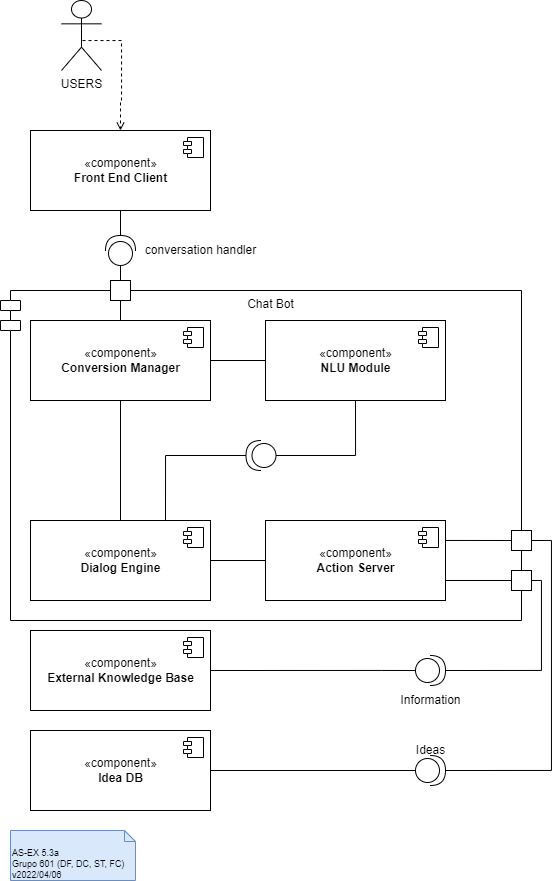
Before: P/P05/P5-5.3a.drawio.png, a diagram exported from draw.io (DavidAraujo98/AS). Source tidied: cells renumbered, new cells last; positions are measured from the earlier drawing's top-left corner, leaving out a move shared by most shapes. Source of this version:
```xml
<mxGraphModel>
  <root>
    <mxCell id="0" />
    <mxCell id="1" parent="0" />
    <mxCell id="2" value="Chat Bot" style="shape=module;align=left;spacingLeft=20;align=center;verticalAlign=top;" parent="1" vertex="1">
      <mxGeometry y="290" width="521" height="330" as="geometry" />
    </mxCell>
    <mxCell id="3" value="AS-EX 5.3a&lt;br&gt;Grupo 601 (DF, DC, ST, FC)&lt;br&gt;v2022/04/06" style="shape=note2;boundedLbl=1;whiteSpace=wrap;html=1;size=11;verticalAlign=top;align=left;fontSize=9;fillColor=#dae8fc;strokeColor=#6c8ebf;" parent="1" vertex="1">
      <mxGeometry x="10" y="830" width="125" height="50" as="geometry" />
    </mxCell>
    <mxCell id="4" style="edgeStyle=orthogonalEdgeStyle;rounded=0;jettySize=auto;html=1;exitX=1;exitY=0.5;exitDx=0;exitDy=0;entryX=0;entryY=0.5;entryDx=0;entryDy=0;endArrow=none;endFill=0;" parent="1" edge="1" source="31" target="33">
      <mxGeometry relative="1" as="geometry" />
    </mxCell>
    <mxCell id="5" style="edgeStyle=orthogonalEdgeStyle;rounded=0;jettySize=auto;html=1;exitX=0.5;exitY=1;exitDx=0;exitDy=0;endArrow=none;endFill=0;entryX=0.5;entryY=0;entryDx=0;entryDy=0;" parent="1" edge="1" source="31" target="35">
      <mxGeometry relative="1" as="geometry" />
    </mxCell>
    <mxCell id="6" style="edgeStyle=orthogonalEdgeStyle;rounded=0;jettySize=auto;html=1;exitX=0.5;exitY=0;exitDx=0;exitDy=0;endArrow=none;endFill=0;" parent="1" edge="1" source="31" target="15">
      <mxGeometry relative="1" as="geometry" />
    </mxCell>
    <mxCell id="7" style="edgeStyle=orthogonalEdgeStyle;rounded=0;jettySize=auto;html=1;exitX=0.5;exitY=1;exitDx=0;exitDy=0;endArrow=none;endFill=0;entryX=0;entryY=0.5;entryDx=0;entryDy=0;entryPerimeter=0;" parent="1" edge="1" source="33" target="25">
      <mxGeometry relative="1" as="geometry" />
    </mxCell>
    <mxCell id="8" style="edgeStyle=orthogonalEdgeStyle;rounded=0;jettySize=auto;html=1;exitX=1;exitY=0.5;exitDx=0;exitDy=0;entryX=0;entryY=0.5;entryDx=0;entryDy=0;endArrow=none;endFill=0;" parent="1" edge="1" source="35" target="38">
      <mxGeometry relative="1" as="geometry" />
    </mxCell>
    <mxCell id="9" style="edgeStyle=orthogonalEdgeStyle;rounded=0;jettySize=auto;html=1;exitX=0;exitY=0.5;exitDx=0;exitDy=0;entryX=1;entryY=0.5;entryDx=0;entryDy=0;endArrow=none;endFill=0;startArrow=none;exitPerimeter=0;" parent="1" edge="1" source="21" target="42">
      <mxGeometry relative="1" as="geometry" />
    </mxCell>
    <mxCell id="10" style="edgeStyle=orthogonalEdgeStyle;rounded=0;jettySize=auto;html=1;dashed=1;endArrow=open;endFill=0;exitX=0.5;exitY=0.5;exitDx=0;exitDy=0;exitPerimeter=0;entryX=0.5;entryY=0;entryDx=0;entryDy=0;" parent="1" edge="1" source="11" target="29">
      <mxGeometry relative="1" as="geometry">
        <Array as="points">
          <mxPoint x="121" y="40" />
          <mxPoint x="121" y="100" />
          <mxPoint x="120" y="100" />
        </Array>
      </mxGeometry>
    </mxCell>
    <mxCell id="11" value="USERS" style="shape=umlActor;verticalLabelPosition=bottom;verticalAlign=top;html=1;" parent="1" vertex="1">
      <mxGeometry x="61" width="40" height="70" as="geometry" />
    </mxCell>
    <mxCell id="12" style="edgeStyle=orthogonalEdgeStyle;rounded=0;jettySize=auto;html=1;exitX=1;exitY=0.5;exitDx=0;exitDy=0;exitPerimeter=0;entryX=0.5;entryY=1;entryDx=0;entryDy=0;endArrow=none;endFill=0;" parent="1" edge="1" source="13" target="29">
      <mxGeometry relative="1" as="geometry" />
    </mxCell>
    <mxCell id="13" style="shape=providedRequiredInterface;html=1;verticalLabelPosition=bottom;sketch=0;rotation=-90;" parent="1" vertex="1">
      <mxGeometry x="105" y="235" width="30" height="30" as="geometry" />
    </mxCell>
    <mxCell id="14" style="edgeStyle=orthogonalEdgeStyle;rounded=0;jettySize=auto;html=1;exitX=0.5;exitY=0;exitDx=0;exitDy=0;entryX=0;entryY=0.5;entryDx=0;entryDy=0;entryPerimeter=0;endArrow=none;endFill=0;" parent="1" edge="1" source="15" target="13">
      <mxGeometry relative="1" as="geometry" />
    </mxCell>
    <mxCell id="15" style="rounded=0;whiteSpace=wrap;html=1;" parent="1" vertex="1">
      <mxGeometry x="110" y="280" width="20" height="20" as="geometry" />
    </mxCell>
    <mxCell id="16" style="rounded=0;whiteSpace=wrap;html=1;" parent="1" vertex="1">
      <mxGeometry x="511" y="530" width="20" height="20" as="geometry" />
    </mxCell>
    <mxCell id="17" style="edgeStyle=orthogonalEdgeStyle;rounded=0;jettySize=auto;html=1;exitX=1;exitY=0.25;exitDx=0;exitDy=0;entryX=0;entryY=0.5;entryDx=0;entryDy=0;endArrow=none;endFill=0;" parent="1" edge="1" source="38" target="16">
      <mxGeometry relative="1" as="geometry">
        <Array as="points">
          <mxPoint x="441" y="540" />
          <mxPoint x="441" y="540" />
        </Array>
      </mxGeometry>
    </mxCell>
    <mxCell id="18" style="edgeStyle=orthogonalEdgeStyle;rounded=0;jettySize=auto;html=1;exitX=1;exitY=0.5;exitDx=0;exitDy=0;entryX=1;entryY=0.5;entryDx=0;entryDy=0;entryPerimeter=0;endArrow=none;endFill=0;" parent="1" edge="1" source="19" target="23">
      <mxGeometry relative="1" as="geometry">
        <Array as="points">
          <mxPoint x="541" y="580" />
          <mxPoint x="541" y="670" />
        </Array>
      </mxGeometry>
    </mxCell>
    <mxCell id="19" style="rounded=0;whiteSpace=wrap;html=1;" parent="1" vertex="1">
      <mxGeometry x="511" y="570" width="20" height="20" as="geometry" />
    </mxCell>
    <mxCell id="20" style="edgeStyle=orthogonalEdgeStyle;rounded=0;jettySize=auto;html=1;exitX=1;exitY=0.5;exitDx=0;exitDy=0;exitPerimeter=0;entryX=1;entryY=0.5;entryDx=0;entryDy=0;endArrow=none;endFill=0;" parent="1" edge="1" source="21" target="16">
      <mxGeometry relative="1" as="geometry" />
    </mxCell>
    <mxCell id="21" style="shape=providedRequiredInterface;html=1;verticalLabelPosition=bottom;sketch=0;rotation=-180;flipH=1;" parent="1" vertex="1">
      <mxGeometry x="415" y="755" width="30" height="30" as="geometry" />
    </mxCell>
    <mxCell id="22" style="edgeStyle=orthogonalEdgeStyle;rounded=0;jettySize=auto;html=1;exitX=0;exitY=0.5;exitDx=0;exitDy=0;exitPerimeter=0;entryX=1;entryY=0.5;entryDx=0;entryDy=0;endArrow=none;endFill=0;" parent="1" edge="1" source="23" target="40">
      <mxGeometry relative="1" as="geometry">
        <Array as="points">
          <mxPoint x="381" y="670" />
          <mxPoint x="381" y="670" />
        </Array>
      </mxGeometry>
    </mxCell>
    <mxCell id="23" style="shape=providedRequiredInterface;html=1;verticalLabelPosition=bottom;sketch=0;rotation=-180;flipH=1;" parent="1" vertex="1">
      <mxGeometry x="415" y="655" width="30" height="30" as="geometry" />
    </mxCell>
    <mxCell id="24" style="edgeStyle=orthogonalEdgeStyle;rounded=0;jettySize=auto;html=1;exitX=1;exitY=0.5;exitDx=0;exitDy=0;exitPerimeter=0;endArrow=none;endFill=0;entryX=0.75;entryY=0;entryDx=0;entryDy=0;" parent="1" edge="1" source="25" target="35">
      <mxGeometry relative="1" as="geometry" />
    </mxCell>
    <mxCell id="25" style="shape=providedRequiredInterface;html=1;verticalLabelPosition=bottom;sketch=0;rotation=-180;" parent="1" vertex="1">
      <mxGeometry x="245.5" y="440" width="30" height="30" as="geometry" />
    </mxCell>
    <mxCell id="26" value="conversation handler" style="text;html=1;align=center;verticalAlign=middle;fillColor=none;strokeColor=none;rounded=0;" parent="1" vertex="1">
      <mxGeometry x="135" y="240" width="130" height="20" as="geometry" />
    </mxCell>
    <mxCell id="27" value="Ideas" style="text;html=1;align=center;verticalAlign=middle;fillColor=none;strokeColor=none;rounded=0;" parent="1" vertex="1">
      <mxGeometry x="410" y="740" width="40" height="20" as="geometry" />
    </mxCell>
    <mxCell id="28" value="Information" style="text;html=1;align=center;verticalAlign=middle;fillColor=none;strokeColor=none;rounded=0;" parent="1" vertex="1">
      <mxGeometry x="390" y="690" width="80" height="20" as="geometry" />
    </mxCell>
    <mxCell id="29" value="«component»&lt;br&gt;&lt;b&gt;Front End Client&lt;/b&gt;" style="html=1;" parent="1" vertex="1">
      <mxGeometry x="30" y="130" width="180" height="80" as="geometry" />
    </mxCell>
    <mxCell id="30" style="shape=module;jettyWidth=8;jettyHeight=4;" parent="29" vertex="1">
      <mxGeometry x="1" width="20" height="20" relative="1" as="geometry">
        <mxPoint x="-27" y="7" as="offset" />
      </mxGeometry>
    </mxCell>
    <mxCell id="31" value="«component»&lt;br&gt;&lt;b&gt;Conversion Manager&lt;/b&gt;" style="html=1;" parent="1" vertex="1">
      <mxGeometry x="30" y="320" width="180" height="80" as="geometry" />
    </mxCell>
    <mxCell id="32" style="shape=module;jettyWidth=8;jettyHeight=4;" parent="31" vertex="1">
      <mxGeometry x="1" width="20" height="20" relative="1" as="geometry">
        <mxPoint x="-27" y="7" as="offset" />
      </mxGeometry>
    </mxCell>
    <mxCell id="33" value="«component»&lt;br&gt;&lt;b&gt;NLU Module&lt;/b&gt;" style="html=1;" parent="1" vertex="1">
      <mxGeometry x="265" y="320" width="180" height="80" as="geometry" />
    </mxCell>
    <mxCell id="34" style="shape=module;jettyWidth=8;jettyHeight=4;" parent="33" vertex="1">
      <mxGeometry x="1" width="20" height="20" relative="1" as="geometry">
        <mxPoint x="-27" y="7" as="offset" />
      </mxGeometry>
    </mxCell>
    <mxCell id="35" value="«component»&lt;br&gt;&lt;b&gt;Dialog Engine&lt;/b&gt;" style="html=1;" parent="1" vertex="1">
      <mxGeometry x="30" y="520" width="180" height="80" as="geometry" />
    </mxCell>
    <mxCell id="36" style="shape=module;jettyWidth=8;jettyHeight=4;" parent="35" vertex="1">
      <mxGeometry x="1" width="20" height="20" relative="1" as="geometry">
        <mxPoint x="-27" y="7" as="offset" />
      </mxGeometry>
    </mxCell>
    <mxCell id="37" style="edgeStyle=orthogonalEdgeStyle;rounded=0;jettySize=auto;html=1;exitX=1;exitY=0.75;exitDx=0;exitDy=0;entryX=0;entryY=0.5;entryDx=0;entryDy=0;endArrow=none;endFill=0;" parent="1" edge="1" source="38" target="19">
      <mxGeometry relative="1" as="geometry" />
    </mxCell>
    <mxCell id="38" value="«component»&lt;br&gt;&lt;b&gt;Action Server&lt;/b&gt;" style="html=1;" parent="1" vertex="1">
      <mxGeometry x="265" y="520" width="180" height="80" as="geometry" />
    </mxCell>
    <mxCell id="39" style="shape=module;jettyWidth=8;jettyHeight=4;" parent="38" vertex="1">
      <mxGeometry x="1" width="20" height="20" relative="1" as="geometry">
        <mxPoint x="-27" y="7" as="offset" />
      </mxGeometry>
    </mxCell>
    <mxCell id="40" value="«component»&lt;br&gt;&lt;b&gt;External Knowledge Base&lt;/b&gt;" style="html=1;" parent="1" vertex="1">
      <mxGeometry x="30" y="630" width="180" height="80" as="geometry" />
    </mxCell>
    <mxCell id="41" style="shape=module;jettyWidth=8;jettyHeight=4;" parent="40" vertex="1">
      <mxGeometry x="1" width="20" height="20" relative="1" as="geometry">
        <mxPoint x="-27" y="7" as="offset" />
      </mxGeometry>
    </mxCell>
    <mxCell id="42" value="«component»&lt;br&gt;&lt;b&gt;Idea DB&lt;/b&gt;" style="html=1;" parent="1" vertex="1">
      <mxGeometry x="30" y="730" width="180" height="80" as="geometry" />
    </mxCell>
    <mxCell id="43" style="shape=module;jettyWidth=8;jettyHeight=4;" parent="42" vertex="1">
      <mxGeometry x="1" width="20" height="20" relative="1" as="geometry">
        <mxPoint x="-27" y="7" as="offset" />
      </mxGeometry>
    </mxCell>
  </root>
</mxGraphModel>
```
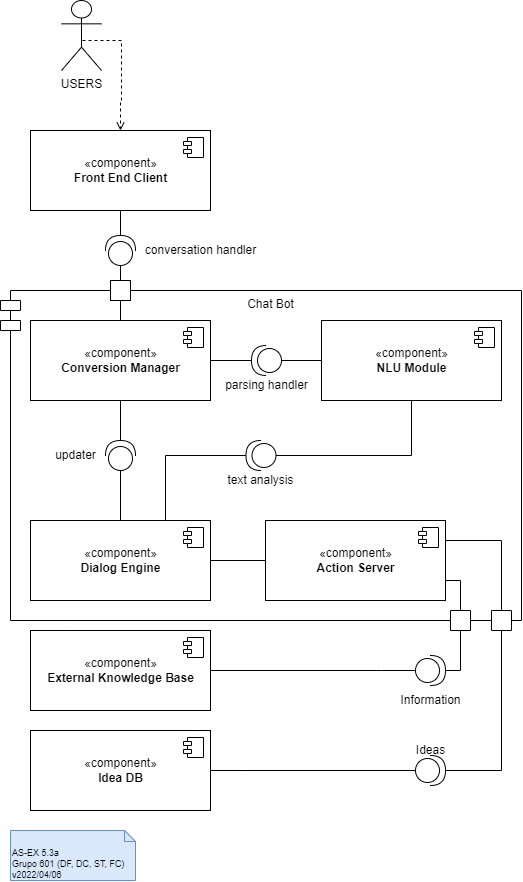
The same diagram one commit later.

Change to the diagram source:
```diff
@@ -8,12 +8,6 @@
     <mxCell id="3" value="AS-EX 5.3a&lt;br&gt;Grupo 601 (DF, DC, ST, FC)&lt;br&gt;v2022/04/06" style="shape=note2;boundedLbl=1;whiteSpace=wrap;html=1;size=11;verticalAlign=top;align=left;fontSize=9;fillColor=#dae8fc;strokeColor=#6c8ebf;" parent="1" vertex="1">
       <mxGeometry x="10" y="830" width="125" height="50" as="geometry" />
     </mxCell>
-    <mxCell id="4" style="edgeStyle=orthogonalEdgeStyle;rounded=0;jettySize=auto;html=1;exitX=1;exitY=0.5;exitDx=0;exitDy=0;entryX=0;entryY=0.5;entryDx=0;entryDy=0;endArrow=none;endFill=0;" parent="1" edge="1" source="31" target="33">
-      <mxGeometry relative="1" as="geometry" />
-    </mxCell>
-    <mxCell id="5" style="edgeStyle=orthogonalEdgeStyle;rounded=0;jettySize=auto;html=1;exitX=0.5;exitY=1;exitDx=0;exitDy=0;endArrow=none;endFill=0;entryX=0.5;entryY=0;entryDx=0;entryDy=0;" parent="1" edge="1" source="31" target="35">
-      <mxGeometry relative="1" as="geometry" />
-    </mxCell>
     <mxCell id="6" style="edgeStyle=orthogonalEdgeStyle;rounded=0;jettySize=auto;html=1;exitX=0.5;exitY=0;exitDx=0;exitDy=0;endArrow=none;endFill=0;" parent="1" edge="1" source="31" target="15">
       <mxGeometry relative="1" as="geometry" />
     </mxCell>
@@ -50,8 +44,8 @@
     <mxCell id="15" style="rounded=0;whiteSpace=wrap;html=1;" parent="1" vertex="1">
       <mxGeometry x="110" y="280" width="20" height="20" as="geometry" />
     </mxCell>
-    <mxCell id="16" style="rounded=0;whiteSpace=wrap;html=1;" parent="1" vertex="1">
-      <mxGeometry x="511" y="530" width="20" height="20" as="geometry" />
+    <mxCell id="16" style="rounded=0;whiteSpace=wrap;html=1;rotation=90;" parent="1" vertex="1">
+      <mxGeometry x="491" y="610" width="20" height="20" as="geometry" />
     </mxCell>
     <mxCell id="17" style="edgeStyle=orthogonalEdgeStyle;rounded=0;jettySize=auto;html=1;exitX=1;exitY=0.25;exitDx=0;exitDy=0;entryX=0;entryY=0.5;entryDx=0;entryDy=0;endArrow=none;endFill=0;" parent="1" edge="1" source="38" target="16">
       <mxGeometry relative="1" as="geometry">
@@ -64,13 +58,12 @@
     <mxCell id="18" style="edgeStyle=orthogonalEdgeStyle;rounded=0;jettySize=auto;html=1;exitX=1;exitY=0.5;exitDx=0;exitDy=0;entryX=1;entryY=0.5;entryDx=0;entryDy=0;entryPerimeter=0;endArrow=none;endFill=0;" parent="1" edge="1" source="19" target="23">
       <mxGeometry relative="1" as="geometry">
         <Array as="points">
-          <mxPoint x="541" y="580" />
-          <mxPoint x="541" y="670" />
+          <mxPoint x="460" y="670" />
         </Array>
       </mxGeometry>
     </mxCell>
-    <mxCell id="19" style="rounded=0;whiteSpace=wrap;html=1;" parent="1" vertex="1">
-      <mxGeometry x="511" y="570" width="20" height="20" as="geometry" />
+    <mxCell id="19" style="rounded=0;whiteSpace=wrap;html=1;rotation=90;" parent="1" vertex="1">
+      <mxGeometry x="450" y="610" width="20" height="20" as="geometry" />
     </mxCell>
     <mxCell id="20" style="edgeStyle=orthogonalEdgeStyle;rounded=0;jettySize=auto;html=1;exitX=1;exitY=0.5;exitDx=0;exitDy=0;exitPerimeter=0;entryX=1;entryY=0.5;entryDx=0;entryDy=0;endArrow=none;endFill=0;" parent="1" edge="1" source="21" target="16">
       <mxGeometry relative="1" as="geometry" />
@@ -121,7 +114,7 @@
       </mxGeometry>
     </mxCell>
     <mxCell id="33" value="«component»&lt;br&gt;&lt;b&gt;NLU Module&lt;/b&gt;" style="html=1;" parent="1" vertex="1">
-      <mxGeometry x="265" y="320" width="180" height="80" as="geometry" />
+      <mxGeometry x="321" y="320" width="180" height="80" as="geometry" />
     </mxCell>
     <mxCell id="34" style="shape=module;jettyWidth=8;jettyHeight=4;" parent="33" vertex="1">
       <mxGeometry x="1" width="20" height="20" relative="1" as="geometry">
@@ -163,5 +156,32 @@
         <mxPoint x="-27" y="7" as="offset" />
       </mxGeometry>
     </mxCell>
+    <mxCell id="44" style="edgeStyle=orthogonalEdgeStyle;rounded=0;jettySize=auto;html=1;exitX=0;exitY=0.5;exitDx=0;exitDy=0;exitPerimeter=0;entryX=0;entryY=0.5;entryDx=0;entryDy=0;endArrow=none;endFill=0;" parent="1" edge="1" source="46" target="33">
+      <mxGeometry relative="1" as="geometry" />
+    </mxCell>
+    <mxCell id="45" style="edgeStyle=orthogonalEdgeStyle;rounded=0;jettySize=auto;html=1;exitX=1;exitY=0.5;exitDx=0;exitDy=0;exitPerimeter=0;entryX=1;entryY=0.5;entryDx=0;entryDy=0;endArrow=none;endFill=0;" parent="1" edge="1" source="46" target="31">
+      <mxGeometry relative="1" as="geometry" />
+    </mxCell>
+    <mxCell id="46" style="shape=providedRequiredInterface;html=1;verticalLabelPosition=bottom;sketch=0;rotation=-180;" parent="1" vertex="1">
+      <mxGeometry x="251" y="345" width="30" height="30" as="geometry" />
+    </mxCell>
+    <mxCell id="47" value="parsing handler" style="text;html=1;align=center;verticalAlign=middle;fillColor=none;strokeColor=none;rounded=0;" parent="1" vertex="1">
+      <mxGeometry x="216" y="375" width="100" height="20" as="geometry" />
+    </mxCell>
+    <mxCell id="48" style="edgeStyle=orthogonalEdgeStyle;rounded=0;jettySize=auto;html=1;exitX=1;exitY=0.5;exitDx=0;exitDy=0;exitPerimeter=0;entryX=0.5;entryY=1;entryDx=0;entryDy=0;endArrow=none;endFill=0;" parent="1" edge="1" source="50" target="31">
+      <mxGeometry relative="1" as="geometry" />
+    </mxCell>
+    <mxCell id="49" style="edgeStyle=orthogonalEdgeStyle;rounded=0;jettySize=auto;html=1;exitX=0;exitY=0.5;exitDx=0;exitDy=0;exitPerimeter=0;entryX=0.5;entryY=0;entryDx=0;entryDy=0;endArrow=none;endFill=0;" parent="1" edge="1" source="50" target="35">
+      <mxGeometry relative="1" as="geometry" />
+    </mxCell>
+    <mxCell id="50" style="shape=providedRequiredInterface;html=1;verticalLabelPosition=bottom;sketch=0;rotation=-90;" parent="1" vertex="1">
+      <mxGeometry x="105" y="440" width="30" height="30" as="geometry" />
+    </mxCell>
+    <mxCell id="51" value="updater" style="text;html=1;align=center;verticalAlign=middle;fillColor=none;strokeColor=none;rounded=0;" parent="1" vertex="1">
+      <mxGeometry x="45" y="445" width="60" height="20" as="geometry" />
+    </mxCell>
+    <mxCell id="52" value="text analysis" style="text;html=1;align=center;verticalAlign=middle;fillColor=none;strokeColor=none;rounded=0;" parent="1" vertex="1">
+      <mxGeometry x="220.5" y="470" width="80" height="20" as="geometry" />
+    </mxCell>
   </root>
 </mxGraphModel>
```
